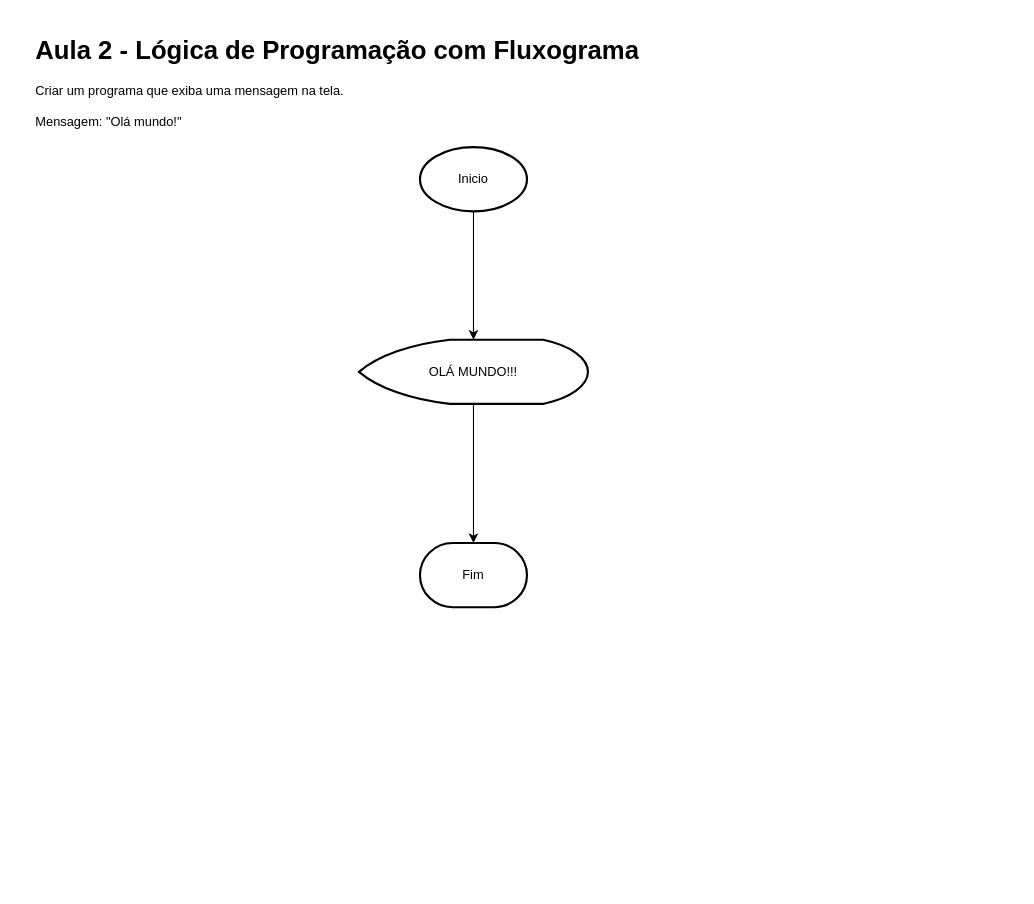
aran-wesley/CursoCSharp keeps this draw.io diagram as page "1- Balada" (1 of 5) of Aula 3 - Logica de programação com FLUXOGRAMA.drawio. Above is the earlier version. Source tidied: cells renumbered, new cells numbered last; positions are measured from the earlier drawing's top-left corner, leaving out a move shared by most shapes. Both pictures are drawn from the tidied source at 107%, with x=0, y=0 at pixel (30, 29).
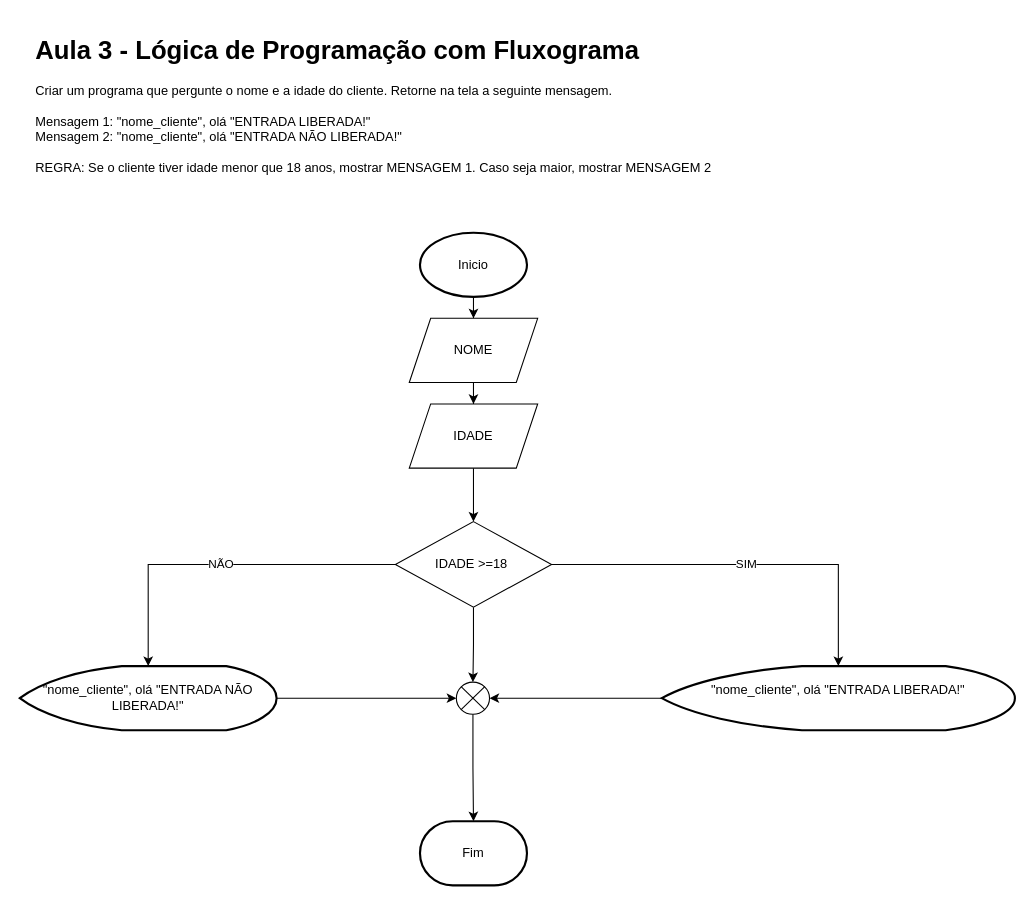
The same diagram, later.

What changed in the source:
```diff
@@
 <mxGraphModel>
   <root>
     <mxCell id="0" />
     <mxCell id="1" parent="0" />
-    <mxCell id="2" value="&lt;h1&gt;Aula 2 - Lógica de Programação com Fluxograma&lt;/h1&gt;&lt;div&gt;&lt;div&gt;Criar um programa que exiba uma mensagem na tela.&amp;nbsp;&lt;/div&gt;&lt;div&gt;&lt;br&gt;&lt;/div&gt;&lt;div&gt;Mensagem: &quot;Olá mundo!&quot;&lt;/div&gt;&lt;/div&gt;" style="text;html=1;strokeColor=none;fillColor=none;spacing=5;spacingTop=-20;whiteSpace=wrap;overflow=hidden;rounded=0;" parent="1" vertex="1">
-      <mxGeometry width="640" height="120" as="geometry" />
+    <mxCell id="2" value="&lt;h1&gt;Aula 3 - Lógica de Programação com Fluxograma&lt;/h1&gt;&lt;div&gt;&lt;div&gt;Criar um programa que pergunte o nome e a idade do cliente. Retorne na tela a seguinte mensagem.&lt;/div&gt;&lt;div&gt;&lt;br&gt;&lt;/div&gt;&lt;div&gt;Mensagem 1: &quot;nome_cliente&quot;, olá &quot;ENTRADA LIBERADA!&quot;&lt;/div&gt;&lt;/div&gt;&lt;div&gt;Mensagem 2:&amp;nbsp;&lt;span&gt;&quot;nome_cliente&quot;, olá &quot;ENTRADA NÃO LIBERADA!&quot;&lt;/span&gt;&lt;/div&gt;&lt;div&gt;&lt;br&gt;&lt;/div&gt;&lt;div&gt;REGRA: Se o cliente tiver idade menor que 18 anos, mostrar MENSAGEM 1. Caso seja maior, mostrar MENSAGEM 2&lt;/div&gt;" style="text;html=1;strokeColor=none;fillColor=none;spacing=5;spacingTop=-20;whiteSpace=wrap;overflow=hidden;rounded=0;" parent="1" vertex="1">
+      <mxGeometry width="700" height="170" as="geometry" />
     </mxCell>
-    <mxCell id="3" style="edgeStyle=orthogonalEdgeStyle;rounded=0;jettySize=auto;html=1;entryX=0.5;entryY=0;entryDx=0;entryDy=0;entryPerimeter=0;" parent="1" edge="1" source="4" target="7">
+    <mxCell id="3" style="edgeStyle=orthogonalEdgeStyle;rounded=0;jettySize=auto;html=1;entryX=0.5;entryY=0;entryDx=0;entryDy=0;" parent="1" edge="1" source="4" target="9">
       <mxGeometry relative="1" as="geometry" />
     </mxCell>
     <mxCell id="4" value="Inicio" style="strokeWidth=2;html=1;shape=mxgraph.flowchart.start_1;whiteSpace=wrap;" parent="1" vertex="1">
-      <mxGeometry x="364" y="110" width="100" height="60" as="geometry" />
+      <mxGeometry x="364" y="190" width="100" height="60" as="geometry" />
     </mxCell>
     <mxCell id="5" value="Fim" style="strokeWidth=2;html=1;shape=mxgraph.flowchart.terminator;whiteSpace=wrap;" parent="1" vertex="1">
-      <mxGeometry x="364" y="480" width="100" height="60" as="geometry" />
+      <mxGeometry x="364" y="740" width="100" height="60" as="geometry" />
     </mxCell>
-    <mxCell id="6" style="edgeStyle=orthogonalEdgeStyle;rounded=0;jettySize=auto;html=1;exitX=0.5;exitY=1;exitDx=0;exitDy=0;exitPerimeter=0;entryX=0.5;entryY=0;entryDx=0;entryDy=0;entryPerimeter=0;" parent="1" edge="1" source="7" target="5">
-      <mxGeometry relative="1" as="geometry" />
-    </mxCell>
-    <mxCell id="7" value="OLÁ MUNDO!!!" style="strokeWidth=2;html=1;shape=mxgraph.flowchart.display;whiteSpace=wrap;" parent="1" vertex="1">
-      <mxGeometry x="307" y="290" width="214" height="60" as="geometry" />
-    </mxCell>
+    <mxCell id="8" style="edgeStyle=orthogonalEdgeStyle;rounded=0;jettySize=auto;html=1;" parent="1" edge="1" source="9" target="11">
+      <mxGeometry relative="1" as="geometry" />
+    </mxCell>
+    <mxCell id="9" value="NOME" style="shape=parallelogram;perimeter=parallelogramPerimeter;whiteSpace=wrap;html=1;fixedSize=1;" parent="1" vertex="1">
+      <mxGeometry x="354" y="270" width="120" height="60" as="geometry" />
+    </mxCell>
+    <mxCell id="10" style="edgeStyle=orthogonalEdgeStyle;rounded=0;jettySize=auto;html=1;" parent="1" edge="1" source="11" target="15">
+      <mxGeometry relative="1" as="geometry" />
+    </mxCell>
+    <mxCell id="11" value="IDADE" style="shape=parallelogram;perimeter=parallelogramPerimeter;whiteSpace=wrap;html=1;fixedSize=1;" parent="1" vertex="1">
+      <mxGeometry x="354" y="350" width="120" height="60" as="geometry" />
+    </mxCell>
+    <mxCell id="12" value="NÃO" style="edgeStyle=orthogonalEdgeStyle;rounded=0;jettySize=auto;html=1;entryX=0.5;entryY=0;entryDx=0;entryDy=0;entryPerimeter=0;" parent="1" edge="1" source="15" target="19">
+      <mxGeometry relative="1" as="geometry" />
+    </mxCell>
+    <mxCell id="13" value="SIM" style="edgeStyle=orthogonalEdgeStyle;rounded=0;jettySize=auto;html=1;" parent="1" edge="1" source="15" target="17">
+      <mxGeometry relative="1" as="geometry" />
+    </mxCell>
+    <mxCell id="14" style="edgeStyle=orthogonalEdgeStyle;rounded=0;jettySize=auto;html=1;" parent="1" edge="1" source="15" target="21">
+      <mxGeometry relative="1" as="geometry" />
+    </mxCell>
+    <mxCell id="15" value="IDADE &amp;gt;=18&amp;nbsp;" style="rhombus;whiteSpace=wrap;html=1;" parent="1" vertex="1">
+      <mxGeometry x="341" y="460" width="146" height="80" as="geometry" />
+    </mxCell>
+    <mxCell id="16" style="edgeStyle=orthogonalEdgeStyle;rounded=0;jettySize=auto;html=1;entryX=1;entryY=0.5;entryDx=0;entryDy=0;entryPerimeter=0;" parent="1" edge="1" source="17" target="21">
+      <mxGeometry relative="1" as="geometry" />
+    </mxCell>
+    <mxCell id="17" value="&lt;div style=&quot;text-align: left&quot;&gt;&quot;nome_cliente&quot;, olá &quot;ENTRADA LIBERADA!&quot;&lt;/div&gt;&lt;div&gt;&lt;br&gt;&lt;/div&gt;" style="strokeWidth=2;html=1;shape=mxgraph.flowchart.display;whiteSpace=wrap;" parent="1" vertex="1">
+      <mxGeometry x="590" y="595" width="330" height="60" as="geometry" />
+    </mxCell>
+    <mxCell id="18" style="edgeStyle=orthogonalEdgeStyle;rounded=0;jettySize=auto;html=1;" parent="1" edge="1" source="19" target="21">
+      <mxGeometry relative="1" as="geometry" />
+    </mxCell>
+    <mxCell id="19" value="&lt;span style=&quot;text-align: left&quot;&gt;&quot;nome_cliente&quot;, olá &quot;ENTRADA NÃO LIBERADA!&quot;&lt;/span&gt;" style="strokeWidth=2;html=1;shape=mxgraph.flowchart.display;whiteSpace=wrap;" parent="1" vertex="1">
+      <mxGeometry x="-10" y="595" width="240" height="60" as="geometry" />
+    </mxCell>
+    <mxCell id="20" style="edgeStyle=orthogonalEdgeStyle;rounded=0;jettySize=auto;html=1;" parent="1" edge="1" source="21" target="5">
+      <mxGeometry relative="1" as="geometry" />
+    </mxCell>
+    <mxCell id="21" style="verticalLabelPosition=bottom;verticalAlign=top;html=1;shape=mxgraph.flowchart.or;" parent="1" vertex="1">
+      <mxGeometry x="398" y="610" width="31" height="30" as="geometry" />
+    </mxCell>
   </root>
 </mxGraphModel>
```
